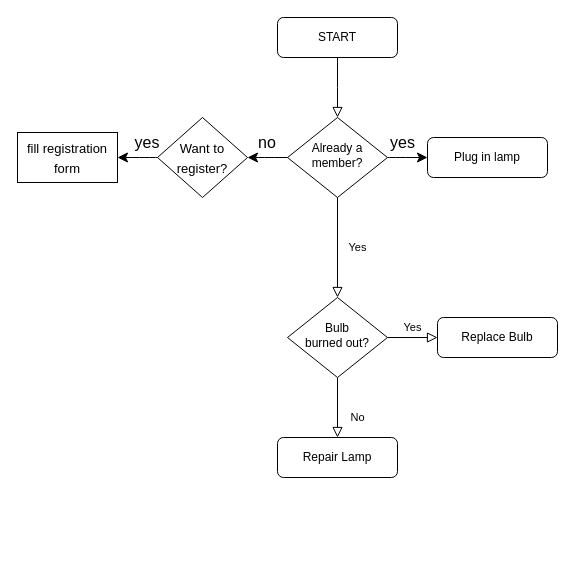
Above: page "m1" (1 of 4) of Untitled Diagram.drawio in daus7768/desktop-tutorial (draw.io), before the change. Source tidied: cells renumbered, new cells numbered last; positions are measured from the earlier drawing's top-left corner, leaving out a move shared by most shapes. Both pictures are drawn from the tidied source at 100%, with x=0, y=0 at pixel (17, 17).
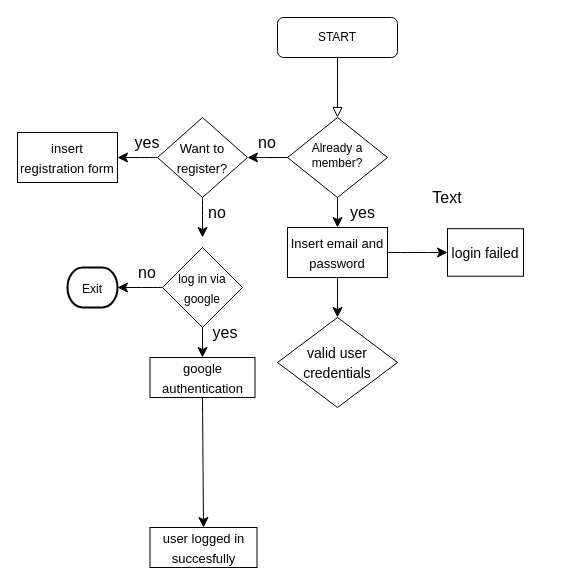
Above is the later version.

Commit message:
internet_programing

Unchanged cells that the change refers to:
```xml
<mxCell id="6" value="Already a member?" style="rhombus;whiteSpace=wrap;html=1;shadow=0;fontFamily=Helvetica;fontSize=12;align=center;strokeWidth=1;spacing=6;spacingTop=-4;" parent="1" vertex="1">
  <mxGeometry x="270" y="100" width="100" height="80" as="geometry" />
</mxCell>
<mxCell id="18" value="&lt;font style=&quot;font-size: 13px;&quot;&gt;Want to register?&lt;/font&gt;" style="rhombus;whiteSpace=wrap;html=1;fontSize=16;" parent="1" vertex="1">
  <mxGeometry x="140" y="100" width="90" height="80" as="geometry" />
</mxCell>
```

Change to the diagram source:
```diff
@@
-    <mxCell id="4" value="Yes" style="rounded=0;html=1;jettySize=auto;fontSize=11;endArrow=block;endFill=0;endSize=8;strokeWidth=1;shadow=0;labelBackgroundColor=none;edgeStyle=orthogonalEdgeStyle;" parent="1" edge="1" source="6" target="10">
-      <mxGeometry y="20" relative="1" as="geometry" />
-    </mxCell>
-    <mxCell id="5" style="edgeStyle=none;curved=1;rounded=0;jettySize=auto;html=1;fontSize=12;startSize=8;endSize=8;entryX=0;entryY=0.5;entryDx=0;entryDy=0;" parent="1" edge="1" source="6" target="7">
-      <mxGeometry relative="1" as="geometry" />
-    </mxCell>
+    <mxCell id="21" style="edgeStyle=none;curved=1;rounded=0;jettySize=auto;html=1;exitX=0.5;exitY=1;exitDx=0;exitDy=0;entryX=0.5;entryY=0;entryDx=0;entryDy=0;fontSize=12;startSize=8;endSize=8;" parent="1" edge="1" source="6" target="35">
+      <mxGeometry relative="1" as="geometry" />
+    </mxCell>
@@
-    <mxCell id="7" value="Plug in lamp" style="rounded=1;whiteSpace=wrap;html=1;fontSize=12;glass=0;strokeWidth=1;shadow=0;" parent="1" vertex="1">
-      <mxGeometry x="410" y="120" width="120" height="40" as="geometry" />
-    </mxCell>
-    <mxCell id="8" value="No" style="rounded=0;html=1;jettySize=auto;fontSize=11;endArrow=block;endFill=0;endSize=8;strokeWidth=1;shadow=0;labelBackgroundColor=none;edgeStyle=orthogonalEdgeStyle;" parent="1" edge="1" source="10" target="11">
-      <mxGeometry x="0.33" y="20" relative="1" as="geometry" />
-    </mxCell>
-    <mxCell id="9" value="Yes" style="edgeStyle=orthogonalEdgeStyle;rounded=0;html=1;jettySize=auto;fontSize=11;endArrow=block;endFill=0;endSize=8;strokeWidth=1;shadow=0;labelBackgroundColor=none;" parent="1" edge="1" source="10" target="12">
-      <mxGeometry y="10" relative="1" as="geometry" />
-    </mxCell>
-    <mxCell id="10" value="Bulb&lt;br&gt;burned out?" style="rhombus;whiteSpace=wrap;html=1;shadow=0;fontFamily=Helvetica;fontSize=12;align=center;strokeWidth=1;spacing=6;spacingTop=-4;" parent="1" vertex="1">
-      <mxGeometry x="270" y="280" width="100" height="80" as="geometry" />
-    </mxCell>
-    <mxCell id="11" value="Repair Lamp" style="rounded=1;whiteSpace=wrap;html=1;fontSize=12;glass=0;strokeWidth=1;shadow=0;" parent="1" vertex="1">
-      <mxGeometry x="260" y="420" width="120" height="40" as="geometry" />
-    </mxCell>
-    <mxCell id="12" value="Replace Bulb" style="rounded=1;whiteSpace=wrap;html=1;fontSize=12;glass=0;strokeWidth=1;shadow=0;" parent="1" vertex="1">
-      <mxGeometry x="420" y="300" width="120" height="40" as="geometry" />
-    </mxCell>
@@
     <mxCell id="14" value="yes" style="text;html=1;align=center;verticalAlign=middle;strokeColor=none;fillColor=none;fontSize=16;" parent="1" vertex="1">
-      <mxGeometry x="360" y="110" width="50" height="30" as="geometry" />
+      <mxGeometry x="320" y="180" width="50" height="30" as="geometry" />
     </mxCell>
@@
+    <mxCell id="22" style="edgeStyle=none;curved=1;rounded=0;jettySize=auto;html=1;exitX=0.5;exitY=1;exitDx=0;exitDy=0;fontSize=12;startSize=8;endSize=8;" parent="1" edge="1" source="18">
+      <mxGeometry relative="1" as="geometry">
+        <mxPoint x="185" y="220" as="targetPoint" />
+      </mxGeometry>
+    </mxCell>
@@
-    <mxCell id="19" value="&lt;font style=&quot;font-size: 13px;&quot;&gt;fill registration form&lt;/font&gt;" style="rounded=0;whiteSpace=wrap;html=1;fontSize=16;" parent="1" vertex="1">
+    <mxCell id="19" value="&lt;font style=&quot;font-size: 13px;&quot;&gt;insert registration form&lt;/font&gt;" style="rounded=0;whiteSpace=wrap;html=1;fontSize=16;" parent="1" vertex="1">
       <mxGeometry y="115" width="100" height="50" as="geometry" />
     </mxCell>
@@
+    <mxCell id="23" value="no" style="text;html=1;strokeColor=none;fillColor=none;align=center;verticalAlign=middle;whiteSpace=wrap;rounded=0;fontSize=16;" parent="1" vertex="1">
+      <mxGeometry x="170" y="180" width="60" height="30" as="geometry" />
+    </mxCell>
+    <mxCell id="24" style="edgeStyle=none;curved=1;rounded=0;jettySize=auto;html=1;exitX=0;exitY=0.5;exitDx=0;exitDy=0;fontSize=12;startSize=8;endSize=8;" parent="1" edge="1" source="26">
+      <mxGeometry relative="1" as="geometry">
+        <mxPoint x="100" y="270" as="targetPoint" />
+      </mxGeometry>
+    </mxCell>
+    <mxCell id="25" style="edgeStyle=none;curved=1;rounded=0;jettySize=auto;html=1;exitX=0.5;exitY=1;exitDx=0;exitDy=0;fontSize=12;startSize=8;endSize=8;" parent="1" edge="1" source="26">
+      <mxGeometry relative="1" as="geometry">
+        <mxPoint x="185" y="340" as="targetPoint" />
+      </mxGeometry>
+    </mxCell>
+    <mxCell id="26" value="&lt;font style=&quot;font-size: 12px;&quot;&gt;log in via google&lt;/font&gt;" style="rhombus;whiteSpace=wrap;html=1;fontSize=16;" parent="1" vertex="1">
+      <mxGeometry x="145" y="230" width="80" height="80" as="geometry" />
+    </mxCell>
+    <mxCell id="27" style="edgeStyle=none;curved=1;rounded=0;jettySize=auto;html=1;exitX=0.5;exitY=1;exitDx=0;exitDy=0;fontSize=12;startSize=8;endSize=8;entryX=0.5;entryY=0;entryDx=0;entryDy=0;" parent="1" edge="1" source="28" target="32">
+      <mxGeometry relative="1" as="geometry" />
+    </mxCell>
+    <mxCell id="28" value="&lt;font style=&quot;font-size: 13px;&quot;&gt;google authentication&lt;/font&gt;" style="rounded=0;whiteSpace=wrap;html=1;fontSize=16;" parent="1" vertex="1">
+      <mxGeometry x="132.5" y="340" width="105" height="40" as="geometry" />
+    </mxCell>
+    <mxCell id="29" value="no" style="text;html=1;strokeColor=none;fillColor=none;align=center;verticalAlign=middle;whiteSpace=wrap;rounded=0;fontSize=16;" parent="1" vertex="1">
+      <mxGeometry x="100" y="240" width="60" height="30" as="geometry" />
+    </mxCell>
+    <mxCell id="30" value="&lt;font style=&quot;font-size: 12px;&quot;&gt;Exit&lt;/font&gt;" style="strokeWidth=2;html=1;shape=mxgraph.flowchart.terminator;whiteSpace=wrap;fontSize=16;" parent="1" vertex="1">
+      <mxGeometry x="50" y="250" width="50" height="40" as="geometry" />
+    </mxCell>
+    <mxCell id="31" value="yes" style="text;html=1;strokeColor=none;fillColor=none;align=center;verticalAlign=middle;whiteSpace=wrap;rounded=0;fontSize=16;" parent="1" vertex="1">
+      <mxGeometry x="177.5" y="300" width="60" height="30" as="geometry" />
+    </mxCell>
+    <mxCell id="32" value="&lt;font style=&quot;font-size: 13px;&quot;&gt;user logged in succesfully&lt;/font&gt;" style="rounded=0;whiteSpace=wrap;html=1;fontSize=16;" parent="1" vertex="1">
+      <mxGeometry x="132.5" y="510" width="107" height="40" as="geometry" />
+    </mxCell>
+    <mxCell id="33" style="edgeStyle=none;curved=1;rounded=0;jettySize=auto;html=1;exitX=0.5;exitY=1;exitDx=0;exitDy=0;fontSize=12;startSize=8;endSize=8;" parent="1" edge="1" source="35" target="37">
+      <mxGeometry relative="1" as="geometry" />
+    </mxCell>
+    <mxCell id="34" style="edgeStyle=none;curved=1;rounded=0;jettySize=auto;html=1;exitX=1;exitY=0.5;exitDx=0;exitDy=0;fontSize=12;startSize=8;endSize=8;" parent="1" edge="1" source="35">
+      <mxGeometry relative="1" as="geometry">
+        <mxPoint x="430" y="235" as="targetPoint" />
+      </mxGeometry>
+    </mxCell>
+    <mxCell id="35" value="&lt;font style=&quot;font-size: 13px;&quot;&gt;Insert email and password&lt;/font&gt;" style="rounded=0;whiteSpace=wrap;html=1;fontSize=16;" parent="1" vertex="1">
+      <mxGeometry x="270" y="210" width="100" height="50" as="geometry" />
+    </mxCell>
+    <mxCell id="36" value="&lt;font style=&quot;font-size: 14px;&quot;&gt;login failed&lt;/font&gt;" style="rounded=0;whiteSpace=wrap;html=1;fontSize=16;" parent="1" vertex="1">
+      <mxGeometry x="430" y="211.2" width="76" height="47.5" as="geometry" />
+    </mxCell>
+    <mxCell id="37" value="&lt;font style=&quot;font-size: 14px;&quot;&gt;valid user credentials&lt;/font&gt;" style="rhombus;whiteSpace=wrap;html=1;fontSize=16;" parent="1" vertex="1">
+      <mxGeometry x="260" y="300" width="120" height="90" as="geometry" />
+    </mxCell>
+    <mxCell id="38" value="Text" style="text;html=1;strokeColor=none;fillColor=none;align=center;verticalAlign=middle;whiteSpace=wrap;rounded=0;fontSize=16;" parent="1" vertex="1">
+      <mxGeometry x="400" y="165" width="60" height="30" as="geometry" />
+    </mxCell>
```
